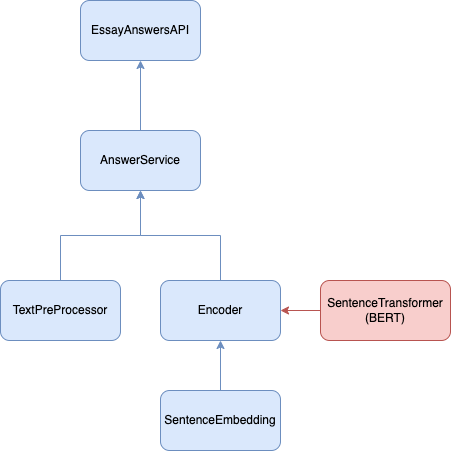
Above: diagram.png in ddgob/essay_answers (draw.io), before the change. Source tidied: cells renumbered, new cells last; positions are measured from the earlier drawing's top-left corner, leaving out a move shared by most shapes. Its diagram source:
```xml
<mxGraphModel>
  <root>
    <mxCell id="0" />
    <mxCell id="1" parent="0" />
    <mxCell id="2" value="EssayAnswersAPI" style="rounded=1;whiteSpace=wrap;html=1;fillColor=#dae8fc;strokeColor=#6c8ebf;" parent="1" vertex="1">
      <mxGeometry x="80" width="120" height="60" as="geometry" />
    </mxCell>
    <mxCell id="3" style="edgeStyle=orthogonalEdgeStyle;rounded=0;jettySize=auto;html=1;fillColor=#dae8fc;strokeColor=#6c8ebf;" parent="1" edge="1" source="4" target="8">
      <mxGeometry relative="1" as="geometry" />
    </mxCell>
    <mxCell id="4" value="TextPreProcessor" style="rounded=1;whiteSpace=wrap;html=1;fillColor=#dae8fc;strokeColor=#6c8ebf;" parent="1" vertex="1">
      <mxGeometry y="280" width="120" height="60" as="geometry" />
    </mxCell>
    <mxCell id="5" style="edgeStyle=orthogonalEdgeStyle;rounded=0;jettySize=auto;html=1;fillColor=#dae8fc;strokeColor=#6c8ebf;" parent="1" edge="1" source="6" target="8">
      <mxGeometry relative="1" as="geometry" />
    </mxCell>
    <mxCell id="6" value="Encoder" style="rounded=1;whiteSpace=wrap;html=1;fillColor=#dae8fc;strokeColor=#6c8ebf;" parent="1" vertex="1">
      <mxGeometry x="160" y="280" width="120" height="60" as="geometry" />
    </mxCell>
    <mxCell id="7" style="edgeStyle=orthogonalEdgeStyle;rounded=0;jettySize=auto;html=1;fillColor=#dae8fc;strokeColor=#6c8ebf;" parent="1" edge="1" source="8" target="2">
      <mxGeometry relative="1" as="geometry" />
    </mxCell>
    <mxCell id="8" value="AnswerService" style="rounded=1;whiteSpace=wrap;html=1;fillColor=#dae8fc;strokeColor=#6c8ebf;" parent="1" vertex="1">
      <mxGeometry x="80" y="130" width="120" height="60" as="geometry" />
    </mxCell>
    <mxCell id="9" style="edgeStyle=orthogonalEdgeStyle;rounded=0;jettySize=auto;html=1;fillColor=#dae8fc;strokeColor=#6c8ebf;" parent="1" edge="1" source="10" target="6">
      <mxGeometry relative="1" as="geometry" />
    </mxCell>
    <mxCell id="10" value="SentenceEmbedding" style="rounded=1;whiteSpace=wrap;html=1;fillColor=#dae8fc;strokeColor=#6c8ebf;" parent="1" vertex="1">
      <mxGeometry x="160" y="390" width="120" height="60" as="geometry" />
    </mxCell>
    <mxCell id="11" style="edgeStyle=orthogonalEdgeStyle;rounded=0;jettySize=auto;html=1;fillColor=#f8cecc;strokeColor=#b85450;" parent="1" edge="1" source="12" target="6">
      <mxGeometry relative="1" as="geometry" />
    </mxCell>
    <mxCell id="12" value="SentenceTransformer&lt;br&gt;(BERT)" style="rounded=1;whiteSpace=wrap;html=1;fillColor=#f8cecc;strokeColor=#b85450;" parent="1" vertex="1">
      <mxGeometry x="320" y="280" width="130" height="60" as="geometry" />
    </mxCell>
  </root>
</mxGraphModel>
```
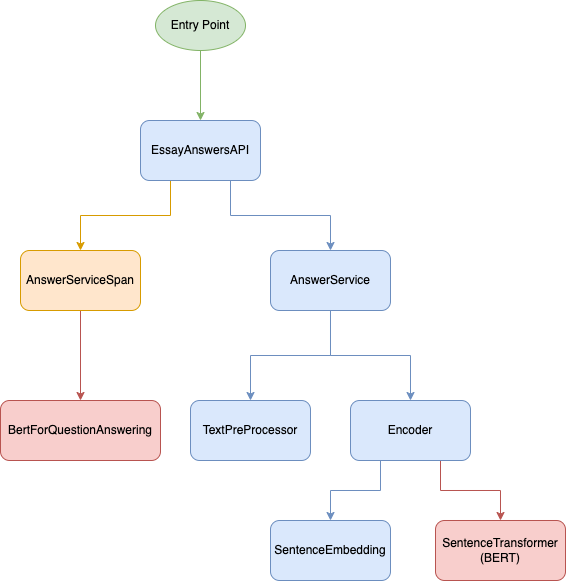
Above is the later version.

Change to the diagram source:
```diff
@@ -2,38 +2,56 @@
   <root>
     <mxCell id="0" />
     <mxCell id="1" parent="0" />
-    <mxCell id="2" value="EssayAnswersAPI" style="rounded=1;whiteSpace=wrap;html=1;fillColor=#dae8fc;strokeColor=#6c8ebf;" parent="1" vertex="1">
-      <mxGeometry x="80" width="120" height="60" as="geometry" />
+    <mxCell id="2" style="edgeStyle=orthogonalEdgeStyle;rounded=0;jettySize=auto;html=1;exitX=0.25;exitY=1;exitDx=0;exitDy=0;fillColor=#ffe6cc;strokeColor=#d79b00;" parent="1" edge="1" source="4" target="15">
+      <mxGeometry relative="1" as="geometry" />
     </mxCell>
-    <mxCell id="3" style="edgeStyle=orthogonalEdgeStyle;rounded=0;jettySize=auto;html=1;fillColor=#dae8fc;strokeColor=#6c8ebf;" parent="1" edge="1" source="4" target="8">
+    <mxCell id="3" style="edgeStyle=orthogonalEdgeStyle;rounded=0;jettySize=auto;html=1;exitX=0.75;exitY=1;exitDx=0;exitDy=0;fillColor=#dae8fc;strokeColor=#6c8ebf;" parent="1" edge="1" source="4" target="11">
       <mxGeometry relative="1" as="geometry" />
     </mxCell>
-    <mxCell id="4" value="TextPreProcessor" style="rounded=1;whiteSpace=wrap;html=1;fillColor=#dae8fc;strokeColor=#6c8ebf;" parent="1" vertex="1">
-      <mxGeometry y="280" width="120" height="60" as="geometry" />
+    <mxCell id="4" value="EssayAnswersAPI" style="rounded=1;whiteSpace=wrap;html=1;fillColor=#dae8fc;strokeColor=#6c8ebf;" parent="1" vertex="1">
+      <mxGeometry x="-60" width="120" height="60" as="geometry" />
     </mxCell>
-    <mxCell id="5" style="edgeStyle=orthogonalEdgeStyle;rounded=0;jettySize=auto;html=1;fillColor=#dae8fc;strokeColor=#6c8ebf;" parent="1" edge="1" source="6" target="8">
-      <mxGeometry relative="1" as="geometry" />
+    <mxCell id="5" value="TextPreProcessor" style="rounded=1;whiteSpace=wrap;html=1;fillColor=#dae8fc;strokeColor=#6c8ebf;" parent="1" vertex="1">
+      <mxGeometry x="-10" y="280" width="120" height="60" as="geometry" />
     </mxCell>
-    <mxCell id="6" value="Encoder" style="rounded=1;whiteSpace=wrap;html=1;fillColor=#dae8fc;strokeColor=#6c8ebf;" parent="1" vertex="1">
-      <mxGeometry x="160" y="280" width="120" height="60" as="geometry" />
+    <mxCell id="6" style="edgeStyle=orthogonalEdgeStyle;rounded=0;jettySize=auto;html=1;exitX=0.75;exitY=1;exitDx=0;exitDy=0;fillColor=#f8cecc;strokeColor=#b85450;" parent="1" edge="1" source="8" target="13">
+      <mxGeometry relative="1" as="geometry" />
     </mxCell>
-    <mxCell id="7" style="edgeStyle=orthogonalEdgeStyle;rounded=0;jettySize=auto;html=1;fillColor=#dae8fc;strokeColor=#6c8ebf;" parent="1" edge="1" source="8" target="2">
+    <mxCell id="7" style="edgeStyle=orthogonalEdgeStyle;rounded=0;jettySize=auto;html=1;exitX=0.25;exitY=1;exitDx=0;exitDy=0;fillColor=#dae8fc;strokeColor=#6c8ebf;" parent="1" edge="1" source="8" target="12">
       <mxGeometry relative="1" as="geometry" />
     </mxCell>
-    <mxCell id="8" value="AnswerService" style="rounded=1;whiteSpace=wrap;html=1;fillColor=#dae8fc;strokeColor=#6c8ebf;" parent="1" vertex="1">
-      <mxGeometry x="80" y="130" width="120" height="60" as="geometry" />
+    <mxCell id="8" value="Encoder" style="rounded=1;whiteSpace=wrap;html=1;fillColor=#dae8fc;strokeColor=#6c8ebf;" parent="1" vertex="1">
+      <mxGeometry x="150" y="280" width="120" height="60" as="geometry" />
     </mxCell>
-    <mxCell id="9" style="edgeStyle=orthogonalEdgeStyle;rounded=0;jettySize=auto;html=1;fillColor=#dae8fc;strokeColor=#6c8ebf;" parent="1" edge="1" source="10" target="6">
+    <mxCell id="9" style="edgeStyle=orthogonalEdgeStyle;rounded=0;jettySize=auto;html=1;fillColor=#dae8fc;strokeColor=#6c8ebf;" parent="1" edge="1" source="11" target="5">
       <mxGeometry relative="1" as="geometry" />
     </mxCell>
-    <mxCell id="10" value="SentenceEmbedding" style="rounded=1;whiteSpace=wrap;html=1;fillColor=#dae8fc;strokeColor=#6c8ebf;" parent="1" vertex="1">
-      <mxGeometry x="160" y="390" width="120" height="60" as="geometry" />
+    <mxCell id="10" style="edgeStyle=orthogonalEdgeStyle;rounded=0;jettySize=auto;html=1;entryX=0.5;entryY=0;entryDx=0;entryDy=0;fillColor=#dae8fc;strokeColor=#6c8ebf;" parent="1" edge="1" source="11" target="8">
+      <mxGeometry relative="1" as="geometry" />
     </mxCell>
-    <mxCell id="11" style="edgeStyle=orthogonalEdgeStyle;rounded=0;jettySize=auto;html=1;fillColor=#f8cecc;strokeColor=#b85450;" parent="1" edge="1" source="12" target="6">
-      <mxGeometry relative="1" as="geometry" />
+    <mxCell id="11" value="AnswerService" style="rounded=1;whiteSpace=wrap;html=1;fillColor=#dae8fc;strokeColor=#6c8ebf;" parent="1" vertex="1">
+      <mxGeometry x="70" y="130" width="120" height="60" as="geometry" />
     </mxCell>
-    <mxCell id="12" value="SentenceTransformer&lt;br&gt;(BERT)" style="rounded=1;whiteSpace=wrap;html=1;fillColor=#f8cecc;strokeColor=#b85450;" parent="1" vertex="1">
-      <mxGeometry x="320" y="280" width="130" height="60" as="geometry" />
+    <mxCell id="12" value="SentenceEmbedding" style="rounded=1;whiteSpace=wrap;html=1;fillColor=#dae8fc;strokeColor=#6c8ebf;" parent="1" vertex="1">
+      <mxGeometry x="70" y="400" width="120" height="60" as="geometry" />
     </mxCell>
+    <mxCell id="13" value="SentenceTransformer&lt;br&gt;(BERT)" style="rounded=1;whiteSpace=wrap;html=1;fillColor=#f8cecc;strokeColor=#b85450;" parent="1" vertex="1">
+      <mxGeometry x="235" y="400" width="130" height="60" as="geometry" />
+    </mxCell>
+    <mxCell id="14" style="edgeStyle=orthogonalEdgeStyle;rounded=0;jettySize=auto;html=1;fillColor=#f8cecc;strokeColor=#b85450;" parent="1" edge="1" source="15" target="16">
+      <mxGeometry relative="1" as="geometry" />
+    </mxCell>
+    <mxCell id="15" value="AnswerServiceSpan" style="rounded=1;whiteSpace=wrap;html=1;fillColor=#ffe6cc;strokeColor=#d79b00;" parent="1" vertex="1">
+      <mxGeometry x="-180" y="130" width="120" height="60" as="geometry" />
+    </mxCell>
+    <mxCell id="16" value="BertForQuestionAnswering" style="rounded=1;whiteSpace=wrap;html=1;fillColor=#f8cecc;strokeColor=#b85450;" parent="1" vertex="1">
+      <mxGeometry x="-200" y="280" width="160" height="60" as="geometry" />
+    </mxCell>
+    <mxCell id="17" style="edgeStyle=orthogonalEdgeStyle;rounded=0;jettySize=auto;html=1;entryX=0.5;entryY=0;entryDx=0;entryDy=0;fillColor=#d5e8d4;strokeColor=#82b366;" parent="1" edge="1" source="18" target="4">
+      <mxGeometry relative="1" as="geometry" />
+    </mxCell>
+    <mxCell id="18" value="Entry Point" style="ellipse;whiteSpace=wrap;html=1;fillColor=#d5e8d4;strokeColor=#82b366;" parent="1" vertex="1">
+      <mxGeometry x="-45" y="-120" width="90" height="50" as="geometry" />
+    </mxCell>
   </root>
 </mxGraphModel>
```
